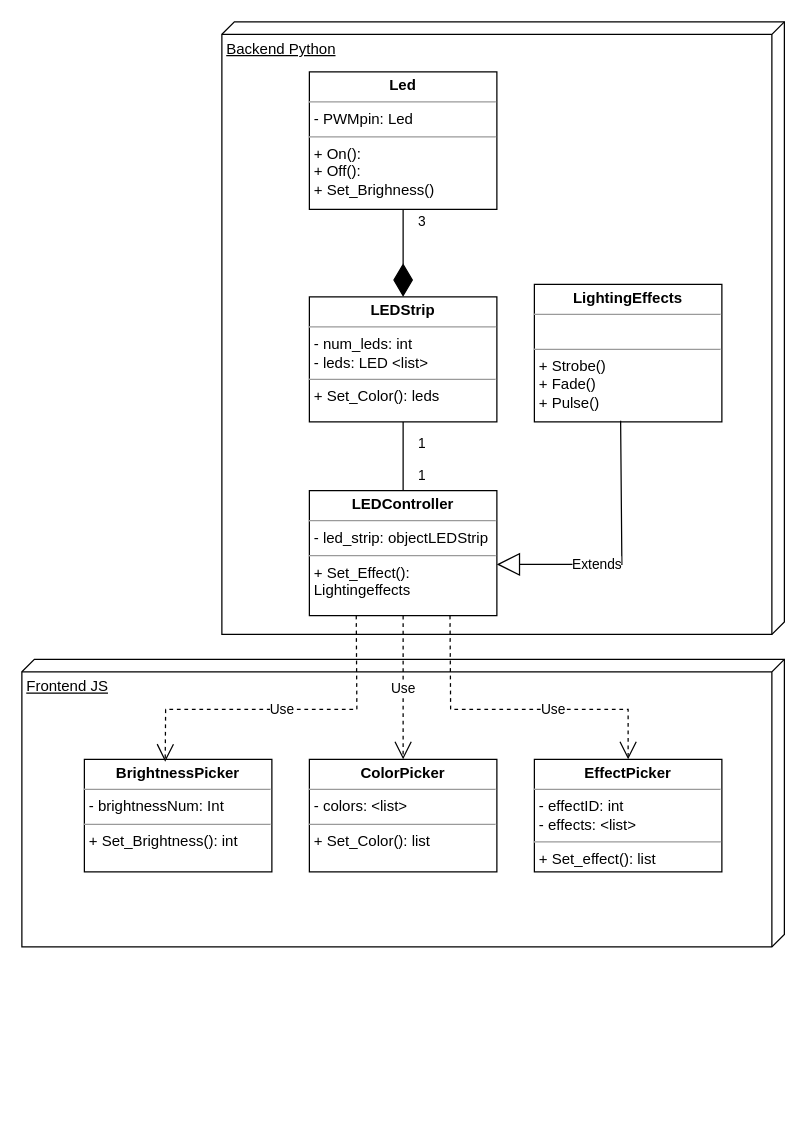
Earlier version of the draw.io diagram uml_diagrams/Untitled Diagram.drawio (Phaneron97/smartLedstrip). Source tidied: cells renumbered, new cells numbered last; positions are measured from the earlier drawing's top-left corner, leaving out a move shared by most shapes. Both pictures are drawn from the tidied source at 125%, with x=0, y=0 at pixel (21, 21).
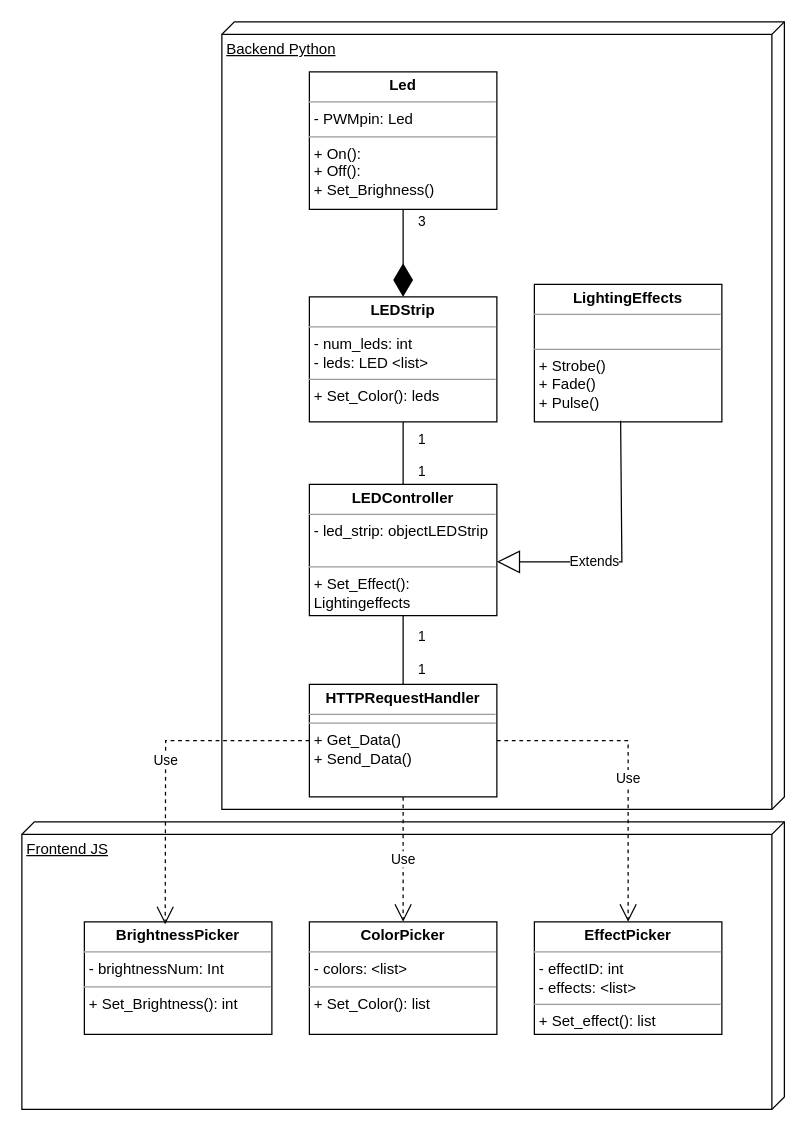
The same page after the edit.

Unchanged cells that the change refers to:
```xml
<mxCell id="7" value="&lt;p style=&quot;margin:0px;margin-top:4px;text-align:center;&quot;&gt;&lt;b&gt;LightingEffects&lt;/b&gt;&lt;/p&gt;&lt;hr size=&quot;1&quot;&gt;&lt;p style=&quot;margin:0px;margin-left:4px;&quot;&gt;&lt;br&gt;&lt;/p&gt;&lt;hr size=&quot;1&quot;&gt;&lt;p style=&quot;margin:0px;margin-left:4px;&quot;&gt;+ Strobe()&lt;/p&gt;&lt;p style=&quot;margin:0px;margin-left:4px;&quot;&gt;+ Fade()&lt;/p&gt;&lt;p style=&quot;margin:0px;margin-left:4px;&quot;&gt;+ Pulse()&lt;br&gt;&lt;/p&gt;" style="verticalAlign=top;align=left;overflow=fill;fontSize=12;fontFamily=Helvetica;html=1;whiteSpace=wrap;" parent="1" vertex="1">
  <mxGeometry x="410" y="210" width="150" height="110" as="geometry" />
</mxCell>
```

What changed in the source:
```diff
@@
     <mxCell id="2" value="Frontend JS" style="verticalAlign=top;align=left;spacingTop=8;spacingLeft=2;spacingRight=12;shape=cube;size=10;direction=south;fontStyle=4;html=1;whiteSpace=wrap;" parent="1" vertex="1">
-      <mxGeometry y="510" width="610" height="230" as="geometry" />
+      <mxGeometry y="640" width="610" height="230" as="geometry" />
     </mxCell>
     <mxCell id="3" value="Backend Python" style="verticalAlign=top;align=left;spacingTop=8;spacingLeft=2;spacingRight=12;shape=cube;size=10;direction=south;fontStyle=4;html=1;whiteSpace=wrap;" parent="1" vertex="1">
-      <mxGeometry x="160" width="450" height="490" as="geometry" />
+      <mxGeometry x="160" width="450" height="630" as="geometry" />
     </mxCell>
@@
-    <mxCell id="6" value="&lt;p style=&quot;margin:0px;margin-top:4px;text-align:center;&quot;&gt;&lt;b&gt;LEDController&lt;/b&gt;&lt;/p&gt;&lt;hr size=&quot;1&quot;&gt;&lt;p style=&quot;margin:0px;margin-left:4px;&quot;&gt;- led_strip: objectLEDStrip&lt;br&gt;&lt;/p&gt;&lt;hr size=&quot;1&quot;&gt;&lt;p style=&quot;margin:0px;margin-left:4px;&quot;&gt;+ Set_Effect(): Lightingeffects&lt;/p&gt;&lt;p style=&quot;margin:0px;margin-left:4px;&quot;&gt;&lt;br&gt;&lt;/p&gt;" style="verticalAlign=top;align=left;overflow=fill;fontSize=12;fontFamily=Helvetica;html=1;whiteSpace=wrap;" parent="1" vertex="1">
-      <mxGeometry x="230" y="375" width="150" height="100" as="geometry" />
+    <mxCell id="6" value="&lt;p style=&quot;margin:0px;margin-top:4px;text-align:center;&quot;&gt;&lt;b&gt;LEDController&lt;/b&gt;&lt;/p&gt;&lt;hr size=&quot;1&quot;&gt;&lt;p style=&quot;margin:0px;margin-left:4px;&quot;&gt;- led_strip: objectLEDStrip&lt;/p&gt;&lt;p style=&quot;margin:0px;margin-left:4px;&quot;&gt;&lt;br&gt;&lt;/p&gt;&lt;hr size=&quot;1&quot;&gt;&lt;p style=&quot;margin:0px;margin-left:4px;&quot;&gt;+ Set_Effect(): Lightingeffects&lt;/p&gt;&lt;p style=&quot;margin:0px;margin-left:4px;&quot;&gt;&lt;br&gt;&lt;/p&gt;" style="verticalAlign=top;align=left;overflow=fill;fontSize=12;fontFamily=Helvetica;html=1;whiteSpace=wrap;" parent="1" vertex="1">
+      <mxGeometry x="230" y="370" width="150" height="105" as="geometry" />
     </mxCell>
@@
     <mxCell id="9" value="&lt;p style=&quot;margin:0px;margin-top:4px;text-align:center;&quot;&gt;&lt;b&gt;ColorPicker&lt;/b&gt;&lt;/p&gt;&lt;hr size=&quot;1&quot;&gt;&lt;p style=&quot;margin:0px;margin-left:4px;&quot;&gt;- colors: &amp;lt;list&amp;gt;&lt;span style=&quot;white-space: pre;&quot;&gt; &lt;/span&gt;&lt;br&gt;&lt;/p&gt;&lt;hr size=&quot;1&quot;&gt;&lt;p style=&quot;margin:0px;margin-left:4px;&quot;&gt;+ Set_Color(): list&lt;br&gt;&lt;/p&gt;" style="verticalAlign=top;align=left;overflow=fill;fontSize=12;fontFamily=Helvetica;html=1;whiteSpace=wrap;" parent="1" vertex="1">
-      <mxGeometry x="230" y="590" width="150" height="90" as="geometry" />
+      <mxGeometry x="230" y="720" width="150" height="90" as="geometry" />
     </mxCell>
     <mxCell id="10" value="&lt;p style=&quot;margin:0px;margin-top:4px;text-align:center;&quot;&gt;&lt;b&gt;BrightnessPicker&lt;/b&gt;&lt;/p&gt;&lt;hr size=&quot;1&quot;&gt;&lt;p style=&quot;margin:0px;margin-left:4px;&quot;&gt;- brightnessNum: Int&lt;br&gt;&lt;/p&gt;&lt;hr size=&quot;1&quot;&gt;&lt;p style=&quot;margin:0px;margin-left:4px;&quot;&gt;+ Set_Brightness(): int&lt;br&gt;&lt;/p&gt;" style="verticalAlign=top;align=left;overflow=fill;fontSize=12;fontFamily=Helvetica;html=1;whiteSpace=wrap;" parent="1" vertex="1">
-      <mxGeometry x="50" y="590" width="150" height="90" as="geometry" />
+      <mxGeometry x="50" y="720" width="150" height="90" as="geometry" />
     </mxCell>
@@
     <mxCell id="12" value="Extends" style="endArrow=block;endSize=16;endFill=0;html=1;rounded=0;exitX=0.46;exitY=0.991;exitDx=0;exitDy=0;exitPerimeter=0;entryX=1;entryY=0.59;entryDx=0;entryDy=0;entryPerimeter=0;" parent="1" edge="1" source="7" target="6">
-      <mxGeometry x="0.26" relative="1" as="geometry">
+      <mxGeometry x="0.27" relative="1" as="geometry">
         <Array as="points">
-          <mxPoint x="480" y="434" />
+          <mxPoint x="480" y="432" />
         </Array>
       </mxGeometry>
     </mxCell>
     <mxCell id="13" value="&lt;p style=&quot;margin:0px;margin-top:4px;text-align:center;&quot;&gt;&lt;b&gt;EffectPicker&lt;/b&gt;&lt;/p&gt;&lt;hr size=&quot;1&quot;&gt;&lt;p style=&quot;margin:0px;margin-left:4px;&quot;&gt;- effectID: int&lt;/p&gt;&lt;p style=&quot;margin:0px;margin-left:4px;&quot;&gt;- effects: &amp;lt;list&amp;gt;&lt;br&gt;&lt;/p&gt;&lt;hr size=&quot;1&quot;&gt;&lt;p style=&quot;margin:0px;margin-left:4px;&quot;&gt;+ Set_effect(): list&lt;br&gt;&lt;/p&gt;" style="verticalAlign=top;align=left;overflow=fill;fontSize=12;fontFamily=Helvetica;html=1;whiteSpace=wrap;" parent="1" vertex="1">
-      <mxGeometry x="410" y="590" width="150" height="90" as="geometry" />
+      <mxGeometry x="410" y="720" width="150" height="90" as="geometry" />
     </mxCell>
-    <mxCell id="14" value="Use" style="endArrow=open;endSize=12;dashed=1;html=1;rounded=0;exitX=0.25;exitY=1;exitDx=0;exitDy=0;entryX=0.431;entryY=0.022;entryDx=0;entryDy=0;entryPerimeter=0;" parent="1" edge="1" source="6" target="10">
+    <mxCell id="14" value="Use" style="endArrow=open;endSize=12;dashed=1;html=1;rounded=0;exitX=0;exitY=0.5;exitDx=0;exitDy=0;entryX=0.431;entryY=0.022;entryDx=0;entryDy=0;entryPerimeter=0;" parent="1" edge="1" source="17" target="10">
       <mxGeometry relative="1" as="geometry">
         <Array as="points">
-          <mxPoint x="268" y="550" />
-          <mxPoint x="115" y="550" />
+          <mxPoint x="115" y="575" />
         </Array>
       </mxGeometry>
     </mxCell>
+    <mxCell id="16" value="Use" style="endArrow=open;endSize=12;dashed=1;html=1;rounded=0;exitX=1;exitY=0.5;exitDx=0;exitDy=0;entryX=0.5;entryY=0;entryDx=0;entryDy=0;" parent="1" edge="1" source="17" target="13">
+      <mxGeometry x="0.08" relative="1" as="geometry">
+        <Array as="points">
+          <mxPoint x="485" y="575" />
+        </Array>
+      </mxGeometry>
+    </mxCell>
+    <mxCell id="17" value="&lt;p style=&quot;margin:0px;margin-top:4px;text-align:center;&quot;&gt;&lt;b&gt;HTTPRequestHandler&lt;/b&gt;&lt;/p&gt;&lt;hr size=&quot;1&quot;&gt;&lt;hr size=&quot;1&quot;&gt;&lt;p style=&quot;margin:0px;margin-left:4px;&quot;&gt;+ Get_Data()&lt;/p&gt;&lt;p style=&quot;margin:0px;margin-left:4px;&quot;&gt;+ Send_Data()&lt;br&gt;&lt;/p&gt;" style="verticalAlign=top;align=left;overflow=fill;fontSize=12;fontFamily=Helvetica;html=1;whiteSpace=wrap;" parent="1" vertex="1">
+      <mxGeometry x="230" y="530" width="150" height="90" as="geometry" />
+    </mxCell>
-    <mxCell id="15" value="Use" style="endArrow=open;endSize=12;dashed=1;html=1;rounded=0;entryX=0.5;entryY=0;entryDx=0;entryDy=0;exitX=0.5;exitY=1;exitDx=0;exitDy=0;" parent="1" edge="1" source="6" target="9">
+    <mxCell id="15" value="Use" style="endArrow=open;endSize=12;dashed=1;html=1;rounded=0;exitX=0.5;exitY=1;exitDx=0;exitDy=0;entryX=0.5;entryY=0;entryDx=0;entryDy=0;" parent="1" edge="1" source="17" target="9">
       <mxGeometry relative="1" as="geometry" />
     </mxCell>
-    <mxCell id="16" value="Use" style="endArrow=open;endSize=12;dashed=1;html=1;rounded=0;exitX=0.75;exitY=1;exitDx=0;exitDy=0;entryX=0.5;entryY=0;entryDx=0;entryDy=0;" parent="1" edge="1" source="6" target="13">
-      <mxGeometry x="0.22" relative="1" as="geometry">
-        <Array as="points">
-          <mxPoint x="343" y="550" />
-          <mxPoint x="485" y="550" />
-        </Array>
-      </mxGeometry>
-    </mxCell>
+    <mxCell id="18" value="&lt;div&gt;1&lt;/div&gt;&lt;div&gt;&lt;br&gt;&lt;/div&gt;&lt;div&gt;1&lt;br&gt;&lt;/div&gt;" style="endArrow=none;html=1;rounded=0;exitX=0.5;exitY=1;exitDx=0;exitDy=0;entryX=0.5;entryY=0;entryDx=0;entryDy=0;" parent="1" edge="1" source="6" target="17">
+      <mxGeometry x="0.09" y="15" relative="1" as="geometry" />
+    </mxCell>
```
